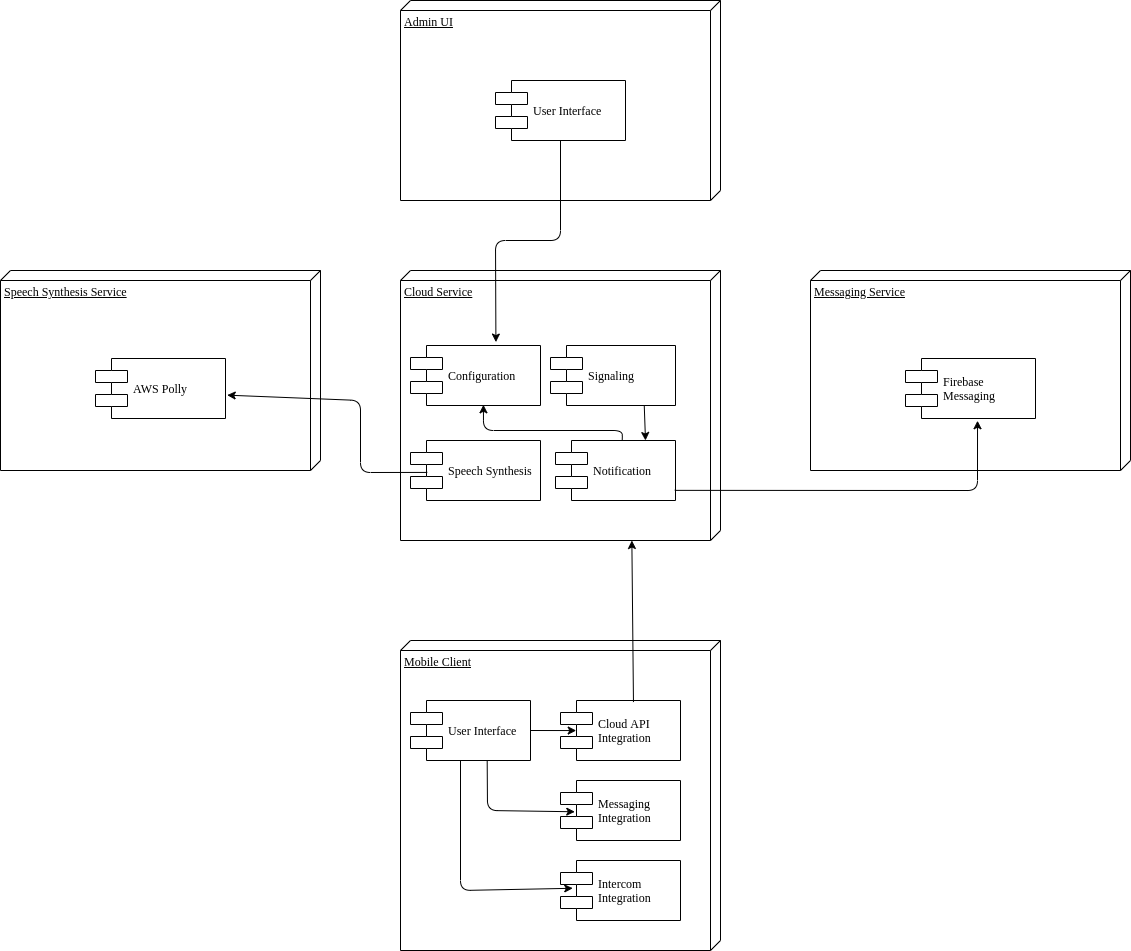
jsvilling/IP6_Bachelorarbeit_Bericht_Cloudbasiertes_Praxisrufsystem keeps this draw.io diagram as src/graphics/diagramms/Component_System_V02.png. Above is the earlier version. Source tidied: cells renumbered, new cells last; positions are measured from the earlier drawing's top-left corner, leaving out a move shared by most shapes.
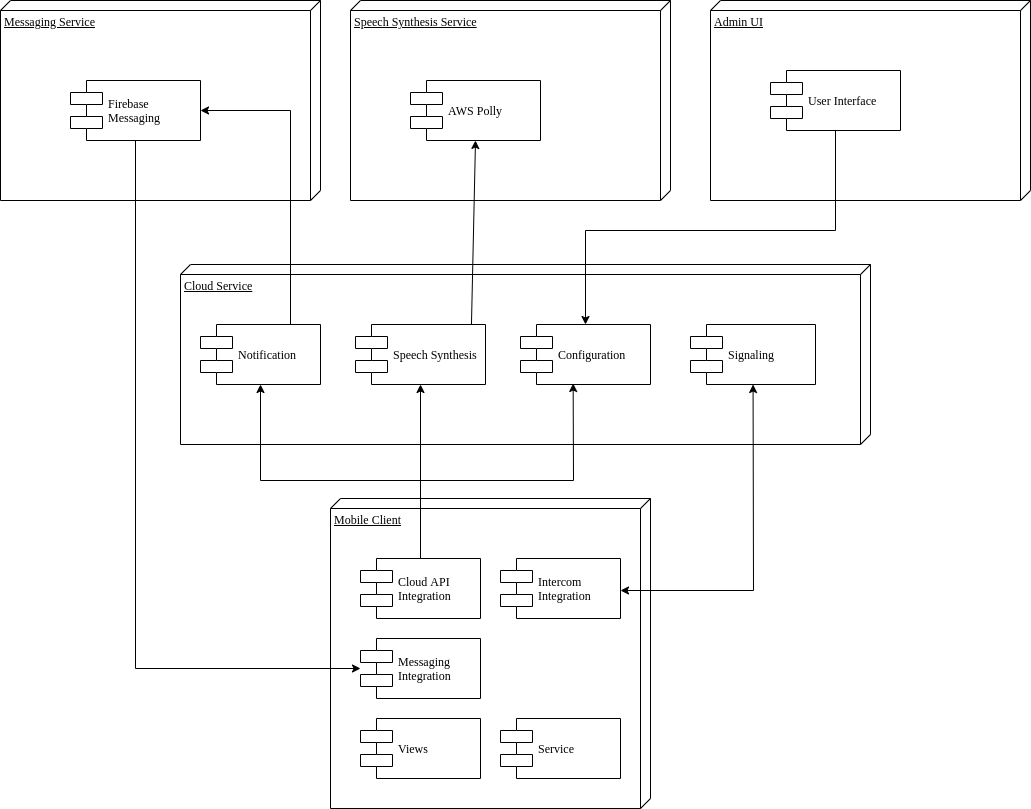
The same file after the commit.

Commit message:
Work on component diag

The edit, as a diff of the source:
```diff
@@ -3,107 +3,109 @@
     <mxCell id="0" />
     <mxCell id="1" parent="0" />
     <mxCell id="2" value="Mobile Client" style="verticalAlign=top;align=left;spacingTop=8;spacingLeft=2;spacingRight=12;shape=cube;size=10;direction=south;fontStyle=4;html=1;rounded=0;shadow=0;comic=0;labelBackgroundColor=none;strokeWidth=1;fontFamily=Verdana;fontSize=12;" parent="1" vertex="1">
-      <mxGeometry x="400" y="640" width="320" height="310" as="geometry" />
+      <mxGeometry x="150" y="478" width="320" height="310" as="geometry" />
     </mxCell>
     <mxCell id="3" value="Cloud Service" style="verticalAlign=top;align=left;spacingTop=8;spacingLeft=2;spacingRight=12;shape=cube;size=10;direction=south;fontStyle=4;html=1;rounded=0;shadow=0;comic=0;labelBackgroundColor=none;strokeWidth=1;fontFamily=Verdana;fontSize=12;" parent="1" vertex="1">
-      <mxGeometry x="400" y="270" width="320" height="270" as="geometry" />
+      <mxGeometry y="244" width="690" height="180" as="geometry" />
     </mxCell>
     <mxCell id="4" value="Messaging &lt;br&gt;Integration" style="shape=component;align=left;spacingLeft=36;rounded=0;shadow=0;comic=0;labelBackgroundColor=none;strokeWidth=1;fontFamily=Verdana;fontSize=12;html=1;" parent="1" vertex="1">
-      <mxGeometry x="560" y="780" width="120" height="60" as="geometry" />
+      <mxGeometry x="180" y="618" width="120" height="60" as="geometry" />
     </mxCell>
     <mxCell id="5" value="Admin UI" style="verticalAlign=top;align=left;spacingTop=8;spacingLeft=2;spacingRight=12;shape=cube;size=10;direction=south;fontStyle=4;html=1;rounded=0;shadow=0;comic=0;labelBackgroundColor=none;strokeWidth=1;fontFamily=Verdana;fontSize=12;" parent="1" vertex="1">
-      <mxGeometry x="400" width="320" height="200" as="geometry" />
+      <mxGeometry x="530" y="-20" width="320" height="200" as="geometry" />
     </mxCell>
     <mxCell id="6" value="Messaging Service" style="verticalAlign=top;align=left;spacingTop=8;spacingLeft=2;spacingRight=12;shape=cube;size=10;direction=south;fontStyle=4;html=1;rounded=0;shadow=0;comic=0;labelBackgroundColor=none;strokeWidth=1;fontFamily=Verdana;fontSize=12;" parent="1" vertex="1">
-      <mxGeometry x="810" y="270" width="320" height="200" as="geometry" />
+      <mxGeometry x="-180" y="-20" width="320" height="200" as="geometry" />
     </mxCell>
     <mxCell id="7" value="Configuration" style="shape=component;align=left;spacingLeft=36;rounded=0;shadow=0;comic=0;labelBackgroundColor=none;strokeWidth=1;fontFamily=Verdana;fontSize=12;html=1;" parent="1" vertex="1">
-      <mxGeometry x="410" y="345" width="130" height="60" as="geometry" />
+      <mxGeometry x="340" y="304" width="130" height="60" as="geometry" />
     </mxCell>
     <mxCell id="8" value="Notification" style="shape=component;align=left;spacingLeft=36;rounded=0;shadow=0;comic=0;labelBackgroundColor=none;strokeWidth=1;fontFamily=Verdana;fontSize=12;html=1;" parent="1" vertex="1">
-      <mxGeometry x="555" y="440" width="120" height="60" as="geometry" />
+      <mxGeometry x="20" y="304" width="120" height="60" as="geometry" />
     </mxCell>
     <mxCell id="9" value="User Interface" style="shape=component;align=left;spacingLeft=36;rounded=0;shadow=0;comic=0;labelBackgroundColor=none;strokeWidth=1;fontFamily=Verdana;fontSize=12;html=1;" parent="1" vertex="1">
-      <mxGeometry x="495" y="80" width="130" height="60" as="geometry" />
+      <mxGeometry x="590" y="50" width="130" height="60" as="geometry" />
     </mxCell>
     <mxCell id="10" value="Firebase &lt;br&gt;Messaging" style="shape=component;align=left;spacingLeft=36;rounded=0;shadow=0;comic=0;labelBackgroundColor=none;strokeWidth=1;fontFamily=Verdana;fontSize=12;html=1;" parent="1" vertex="1">
-      <mxGeometry x="905" y="358" width="130" height="60" as="geometry" />
+      <mxGeometry x="-110" y="60" width="130" height="60" as="geometry" />
     </mxCell>
     <mxCell id="11" value="Cloud API&lt;br&gt;Integration" style="shape=component;align=left;spacingLeft=36;rounded=0;shadow=0;comic=0;labelBackgroundColor=none;strokeWidth=1;fontFamily=Verdana;fontSize=12;html=1;" parent="1" vertex="1">
-      <mxGeometry x="560" y="700" width="120" height="60" as="geometry" />
+      <mxGeometry x="180" y="538" width="120" height="60" as="geometry" />
     </mxCell>
-    <mxCell id="12" value="User Interface" style="shape=component;align=left;spacingLeft=36;rounded=0;shadow=0;comic=0;labelBackgroundColor=none;strokeWidth=1;fontFamily=Verdana;fontSize=12;html=1;" parent="1" vertex="1">
-      <mxGeometry x="410" y="700" width="120" height="60" as="geometry" />
+    <mxCell id="12" value="Views" style="shape=component;align=left;spacingLeft=36;rounded=0;shadow=0;comic=0;labelBackgroundColor=none;strokeWidth=1;fontFamily=Verdana;fontSize=12;html=1;" parent="1" vertex="1">
+      <mxGeometry x="180" y="698" width="120" height="60" as="geometry" />
     </mxCell>
-    <mxCell id="13" style="endArrow=classic;html=1;entryX=0.561;entryY=0.988;entryDx=0;entryDy=0;exitX=0.556;exitY=-0.005;exitDx=0;exitDy=0;exitPerimeter=0;entryPerimeter=0;" parent="1" edge="1" source="8" target="7">
-      <mxGeometry relative="1" as="geometry">
-        <Array as="points">
-          <mxPoint x="622" y="430" />
-          <mxPoint x="483" y="430" />
-        </Array>
-      </mxGeometry>
-    </mxCell>
-    <mxCell id="14" style="endArrow=classic;html=1;entryX=0.131;entryY=0.501;entryDx=0;entryDy=0;entryPerimeter=0;exitX=1;exitY=0.5;exitDx=0;exitDy=0;" parent="1" edge="1" source="12" target="11">
-      <mxGeometry relative="1" as="geometry" />
-    </mxCell>
     <mxCell id="15" value="Signaling" style="shape=component;align=left;spacingLeft=36;rounded=0;shadow=0;comic=0;labelBackgroundColor=none;strokeWidth=1;fontFamily=Verdana;fontSize=12;html=1;" parent="1" vertex="1">
-      <mxGeometry x="550" y="345" width="125" height="60" as="geometry" />
+      <mxGeometry x="510" y="304" width="125" height="60" as="geometry" />
     </mxCell>
     <mxCell id="16" value="Speech Synthesis" style="shape=component;align=left;spacingLeft=36;rounded=0;shadow=0;comic=0;labelBackgroundColor=none;strokeWidth=1;fontFamily=Verdana;fontSize=12;html=1;" parent="1" vertex="1">
-      <mxGeometry x="410" y="440" width="130" height="60" as="geometry" />
+      <mxGeometry x="175" y="304" width="130" height="60" as="geometry" />
     </mxCell>
     <mxCell id="17" value="Speech Synthesis Service" style="verticalAlign=top;align=left;spacingTop=8;spacingLeft=2;spacingRight=12;shape=cube;size=10;direction=south;fontStyle=4;html=1;rounded=0;shadow=0;comic=0;labelBackgroundColor=none;strokeWidth=1;fontFamily=Verdana;fontSize=12;" parent="1" vertex="1">
-      <mxGeometry y="270" width="320" height="200" as="geometry" />
+      <mxGeometry x="170" y="-20" width="320" height="200" as="geometry" />
     </mxCell>
     <mxCell id="18" value="AWS Polly" style="shape=component;align=left;spacingLeft=36;rounded=0;shadow=0;comic=0;labelBackgroundColor=none;strokeWidth=1;fontFamily=Verdana;fontSize=12;html=1;" parent="1" vertex="1">
-      <mxGeometry x="95" y="358" width="130" height="60" as="geometry" />
+      <mxGeometry x="230" y="60" width="130" height="60" as="geometry" />
     </mxCell>
     <mxCell id="19" value="Intercom &lt;br&gt;Integration" style="shape=component;align=left;spacingLeft=36;rounded=0;shadow=0;comic=0;labelBackgroundColor=none;strokeWidth=1;fontFamily=Verdana;fontSize=12;html=1;" parent="1" vertex="1">
-      <mxGeometry x="560" y="860" width="120" height="60" as="geometry" />
+      <mxGeometry x="320" y="538" width="120" height="60" as="geometry" />
     </mxCell>
-    <mxCell id="20" style="endArrow=classic;html=1;exitX=0.639;exitY=0.992;exitDx=0;exitDy=0;exitPerimeter=0;entryX=0.119;entryY=0.521;entryDx=0;entryDy=0;entryPerimeter=0;" parent="1" edge="1" source="12" target="4">
-      <mxGeometry relative="1" as="geometry">
-        <Array as="points">
-          <mxPoint x="487" y="810" />
-        </Array>
-      </mxGeometry>
-    </mxCell>
-    <mxCell id="21" style="endArrow=classic;html=1;exitX=0.639;exitY=0.992;exitDx=0;exitDy=0;exitPerimeter=0;entryX=0.102;entryY=0.463;entryDx=0;entryDy=0;entryPerimeter=0;" parent="1" edge="1" target="19">
-      <mxGeometry relative="1" as="geometry">
-        <mxPoint x="460" y="760" as="sourcePoint" />
-        <Array as="points">
-          <mxPoint x="460" y="890" />
-        </Array>
-      </mxGeometry>
-    </mxCell>
-    <mxCell id="22" style="endArrow=classic;html=1;exitX=0.608;exitY=0.026;exitDx=0;exitDy=0;exitPerimeter=0;entryX=1;entryY=0.277;entryDx=0;entryDy=0;entryPerimeter=0;" parent="1" edge="1" source="11" target="3">
-      <mxGeometry relative="1" as="geometry" />
-    </mxCell>
+    <mxCell id="27" value="Service" style="shape=component;align=left;spacingLeft=36;rounded=0;shadow=0;comic=0;labelBackgroundColor=none;strokeWidth=1;fontFamily=Verdana;fontSize=12;html=1;" parent="1" vertex="1">
+      <mxGeometry x="320" y="698" width="120" height="60" as="geometry" />
+    </mxCell>
+    <mxCell id="28" style="endArrow=classic;html=1;rounded=0;" parent="1" edge="1" source="10" target="4">
+      <mxGeometry relative="1" as="geometry">
+        <Array as="points">
+          <mxPoint x="-45" y="648" />
+        </Array>
+      </mxGeometry>
+    </mxCell>
+    <mxCell id="29" style="endArrow=classic;html=1;rounded=0;entryX=0.5;entryY=1;entryDx=0;entryDy=0;" parent="1" edge="1" target="16">
+      <mxGeometry relative="1" as="geometry">
+        <mxPoint x="240" y="538" as="sourcePoint" />
+      </mxGeometry>
+    </mxCell>
+    <mxCell id="30" style="endArrow=classic;html=1;rounded=0;entryX=0.405;entryY=0.983;entryDx=0;entryDy=0;entryPerimeter=0;" parent="1" edge="1" target="7">
+      <mxGeometry relative="1" as="geometry">
+        <mxPoint x="240" y="460" as="sourcePoint" />
+        <Array as="points">
+          <mxPoint x="393" y="460" />
+        </Array>
+      </mxGeometry>
+    </mxCell>
+    <mxCell id="31" style="endArrow=classic;html=1;rounded=0;entryX=0.5;entryY=1;entryDx=0;entryDy=0;" parent="1" edge="1" target="8">
+      <mxGeometry relative="1" as="geometry">
+        <mxPoint x="240" y="460" as="sourcePoint" />
+        <Array as="points">
+          <mxPoint x="80" y="460" />
+        </Array>
+      </mxGeometry>
+    </mxCell>
+    <mxCell id="25" style="endArrow=classic;html=1;rounded=0;entryX=0.5;entryY=1;entryDx=0;entryDy=0;exitX=0.892;exitY=-0.003;exitDx=0;exitDy=0;exitPerimeter=0;" parent="1" edge="1" source="16" target="18">
+      <mxGeometry relative="1" as="geometry" />
+    </mxCell>
+    <mxCell id="32" style="endArrow=classic;html=1;rounded=0;startArrow=classic;startFill=1;" parent="1" edge="1" target="15">
+      <mxGeometry relative="1" as="geometry">
+        <mxPoint x="440" y="570" as="sourcePoint" />
+        <Array as="points">
+          <mxPoint x="573" y="570" />
+        </Array>
+      </mxGeometry>
+    </mxCell>
-    <mxCell id="23" style="endArrow=classic;html=1;exitX=0.5;exitY=1;exitDx=0;exitDy=0;entryX=0.657;entryY=-0.057;entryDx=0;entryDy=0;entryPerimeter=0;" parent="1" edge="1" source="9" target="7">
+    <mxCell id="23" style="endArrow=classic;html=1;rounded=0;" parent="1" edge="1" source="9" target="7">
       <mxGeometry relative="1" as="geometry">
         <Array as="points">
-          <mxPoint x="560" y="240" />
-          <mxPoint x="495" y="240" />
+          <mxPoint x="655" y="210" />
+          <mxPoint x="405" y="210" />
         </Array>
       </mxGeometry>
     </mxCell>
-    <mxCell id="24" style="endArrow=classic;html=1;exitX=0.994;exitY=0.831;exitDx=0;exitDy=0;entryX=0.554;entryY=1.037;entryDx=0;entryDy=0;entryPerimeter=0;exitPerimeter=0;" parent="1" edge="1" source="8" target="10">
+    <mxCell id="24" style="endArrow=classic;html=1;rounded=0;exitX=0.75;exitY=0;exitDx=0;exitDy=0;" parent="1" edge="1" source="8" target="10">
       <mxGeometry relative="1" as="geometry">
         <Array as="points">
-          <mxPoint x="977" y="490" />
+          <mxPoint x="110" y="90" />
         </Array>
       </mxGeometry>
     </mxCell>
-    <mxCell id="25" style="endArrow=classic;html=1;entryX=1.013;entryY=0.611;entryDx=0;entryDy=0;entryPerimeter=0;exitX=0.129;exitY=0.532;exitDx=0;exitDy=0;exitPerimeter=0;" parent="1" edge="1" source="16" target="18">
-      <mxGeometry relative="1" as="geometry">
-        <Array as="points">
-          <mxPoint x="360" y="472" />
-          <mxPoint x="360" y="400" />
-        </Array>
-      </mxGeometry>
-    </mxCell>
-    <mxCell id="26" style="endArrow=classic;html=1;rounded=0;exitX=0.75;exitY=1;exitDx=0;exitDy=0;entryX=0.75;entryY=0;entryDx=0;entryDy=0;" parent="1" edge="1" source="15" target="8">
-      <mxGeometry relative="1" as="geometry" />
-    </mxCell>
   </root>
 </mxGraphModel>
```
